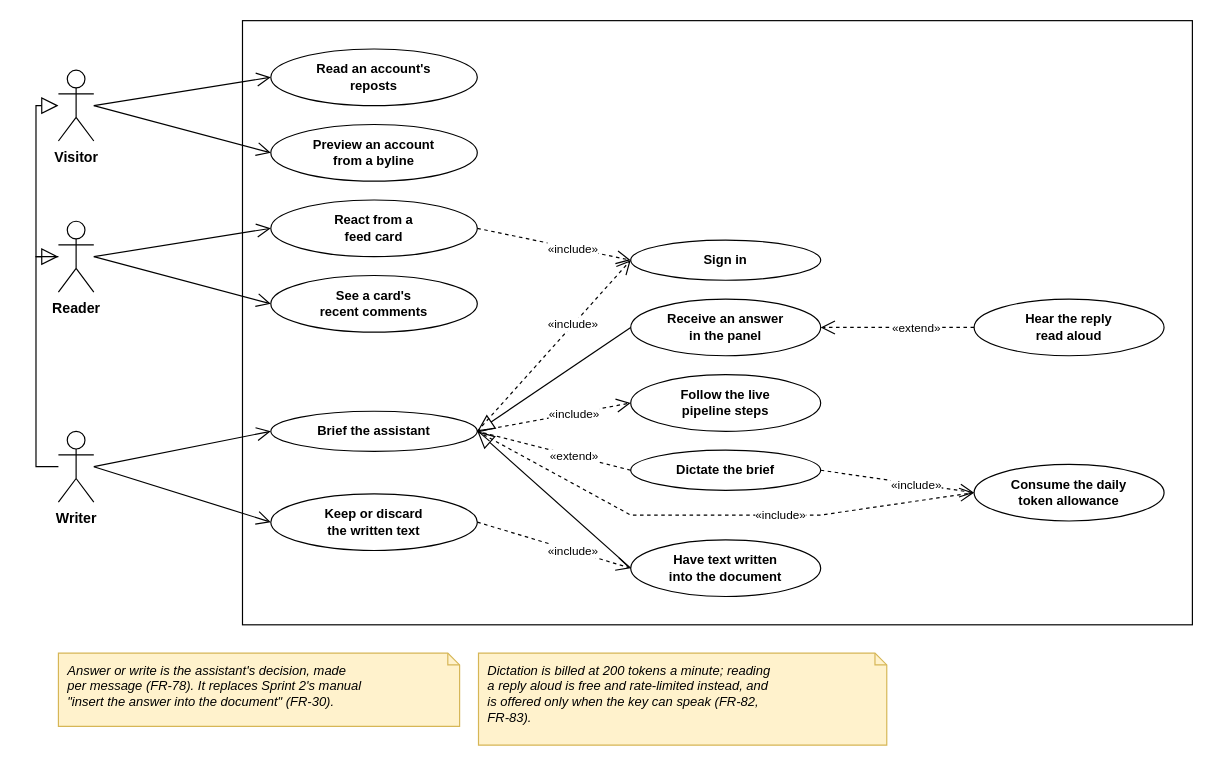
inkwell-dev/spec.inkwell.ai keeps this draw.io diagram as diagrams/fig-7-3-use-case-sprint-8/fig-7-3-use-case-sprint-8.drawio. Above is the earlier version. Source tidied: cells renumbered, new cells numbered last; positions are measured from the earlier drawing's top-left corner, leaving out a move shared by most shapes. Both pictures are drawn from the tidied source at 118%, with x=0, y=0 at pixel (35, 20).
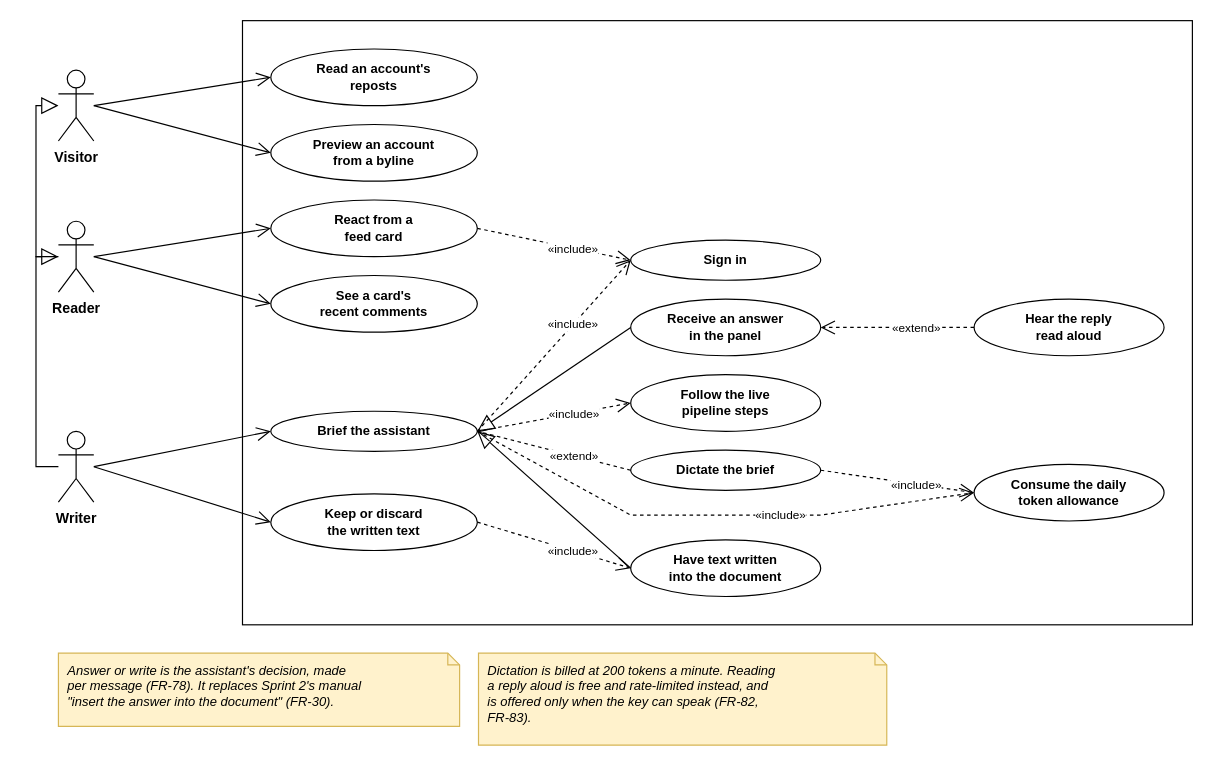
Above is the later version.

The edit, as a diff of the source:
```diff
@@
-    <mxCell id="38" value="Dictation is billed at 200 tokens a minute; reading&lt;br&gt;a reply aloud is free and rate-limited instead, and&lt;br&gt;is offered only when the key can speak (FR-82,&lt;br&gt;FR-83)." style="shape=note;whiteSpace=wrap;html=1;size=10;fillColor=#FFF2CC;strokeColor=#D6B656;align=left;verticalAlign=top;spacingLeft=6;spacingTop=2;fontStyle=2;fontSize=11;fontFamily=Helvetica;fontColor=#000000;" parent="1" vertex="1">
+    <mxCell id="38" value="Dictation is billed at 200 tokens a minute. Reading&lt;br&gt;a reply aloud is free and rate-limited instead, and&lt;br&gt;is offered only when the key can speak (FR-82,&lt;br&gt;FR-83)." style="shape=note;whiteSpace=wrap;html=1;size=10;fillColor=#FFF2CC;strokeColor=#D6B656;align=left;verticalAlign=top;spacingLeft=6;spacingTop=2;fontStyle=2;fontSize=11;fontFamily=Helvetica;fontColor=#000000;" parent="1" vertex="1">
       <mxGeometry x="375" y="536" width="346" height="78" as="geometry" />
     </mxCell>
```
